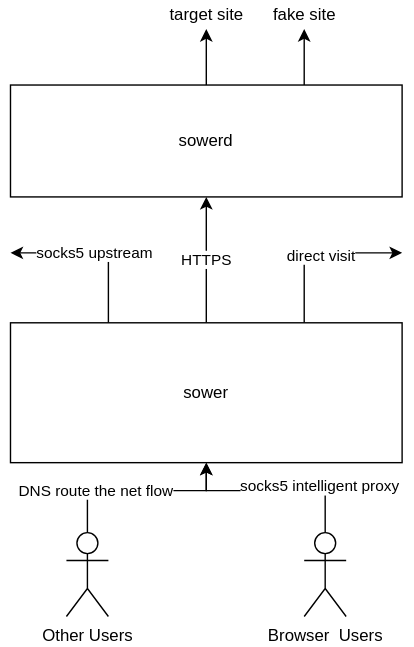
Earlier version of the draw.io export sower.drawio.svg (sower-proxy/sower). Source tidied: cells renumbered, new cells last; positions are measured from the earlier drawing's top-left corner, leaving out a move shared by most shapes. The source it was exported from:
```xml
<mxGraphModel>
  <root>
    <mxCell id="0" />
    <mxCell id="1" parent="0" />
    <mxCell id="2" value="HTTPS" style="edgeStyle=orthogonalEdgeStyle;rounded=0;jettySize=auto;html=1;entryX=0.5;entryY=1;entryDx=0;entryDy=0;" parent="1" edge="1" source="6" target="9">
      <mxGeometry relative="1" as="geometry" />
    </mxCell>
    <mxCell id="3" value="socks5 upstream" style="edgeStyle=orthogonalEdgeStyle;rounded=0;jettySize=auto;html=1;exitX=0.25;exitY=0;exitDx=0;exitDy=0;" parent="1" edge="1" source="6">
      <mxGeometry relative="1" as="geometry">
        <mxPoint y="180" as="targetPoint" />
        <Array as="points">
          <mxPoint x="70" y="180" />
        </Array>
      </mxGeometry>
    </mxCell>
    <mxCell id="4" style="edgeStyle=orthogonalEdgeStyle;rounded=0;jettySize=auto;html=1;exitX=0.75;exitY=0;exitDx=0;exitDy=0;" parent="1" edge="1" source="6">
      <mxGeometry relative="1" as="geometry">
        <mxPoint x="280" y="180" as="targetPoint" />
        <Array as="points">
          <mxPoint x="210" y="180" />
        </Array>
      </mxGeometry>
    </mxCell>
    <mxCell id="5" value="direct visit" style="edgeLabel;html=1;align=center;verticalAlign=middle;" parent="4" vertex="1">
      <mxGeometry x="0.02" y="-1" relative="1" as="geometry" />
    </mxCell>
    <mxCell id="6" value="sower" style="rounded=0;whiteSpace=wrap;html=1;" parent="1" vertex="1">
      <mxGeometry y="230" width="280" height="100" as="geometry" />
    </mxCell>
    <mxCell id="7" style="edgeStyle=orthogonalEdgeStyle;rounded=0;jettySize=auto;html=1;" parent="1" edge="1" source="9">
      <mxGeometry relative="1" as="geometry">
        <mxPoint x="140" y="20" as="targetPoint" />
      </mxGeometry>
    </mxCell>
    <mxCell id="8" style="edgeStyle=orthogonalEdgeStyle;rounded=0;jettySize=auto;html=1;exitX=0.75;exitY=0;exitDx=0;exitDy=0;" parent="1" edge="1" source="9">
      <mxGeometry relative="1" as="geometry">
        <mxPoint x="210" y="20" as="targetPoint" />
      </mxGeometry>
    </mxCell>
    <mxCell id="9" value="sowerd" style="rounded=0;whiteSpace=wrap;html=1;" parent="1" vertex="1">
      <mxGeometry y="60" width="280" height="80" as="geometry" />
    </mxCell>
    <mxCell id="10" style="edgeStyle=orthogonalEdgeStyle;rounded=0;jettySize=auto;html=1;" parent="1" edge="1" source="12" target="6">
      <mxGeometry relative="1" as="geometry">
        <Array as="points">
          <mxPoint x="225" y="350" />
          <mxPoint x="140" y="350" />
        </Array>
      </mxGeometry>
    </mxCell>
    <mxCell id="11" value="socks5&amp;nbsp;intelligent proxy" style="edgeLabel;html=1;align=center;verticalAlign=middle;" parent="10" vertex="1">
      <mxGeometry x="-0.32" y="-4" relative="1" as="geometry">
        <mxPoint x="11" as="offset" />
      </mxGeometry>
    </mxCell>
    <mxCell id="12" value="Browser&amp;nbsp; Users" style="shape=umlActor;verticalLabelPosition=bottom;verticalAlign=top;html=1;outlineConnect=0;" parent="1" vertex="1">
      <mxGeometry x="210" y="380" width="30" height="60" as="geometry" />
    </mxCell>
    <mxCell id="13" style="edgeStyle=orthogonalEdgeStyle;rounded=0;jettySize=auto;html=1;exitX=0.5;exitY=0;exitDx=0;exitDy=0;exitPerimeter=0;" parent="1" edge="1" source="15" target="6">
      <mxGeometry relative="1" as="geometry">
        <Array as="points">
          <mxPoint x="55" y="350" />
          <mxPoint x="140" y="350" />
        </Array>
      </mxGeometry>
    </mxCell>
    <mxCell id="14" value="DNS route the net flow&amp;nbsp;" style="edgeLabel;html=1;align=center;verticalAlign=middle;" parent="13" vertex="1">
      <mxGeometry x="-0.48" y="1" relative="1" as="geometry" />
    </mxCell>
    <mxCell id="15" value="Other Users" style="shape=umlActor;verticalLabelPosition=bottom;verticalAlign=top;html=1;outlineConnect=0;" parent="1" vertex="1">
      <mxGeometry x="40" y="380" width="30" height="60" as="geometry" />
    </mxCell>
    <mxCell id="16" value="fake site" style="text;html=1;align=center;verticalAlign=middle;strokeColor=none;" parent="1" vertex="1">
      <mxGeometry x="180" width="60" height="20" as="geometry" />
    </mxCell>
    <mxCell id="17" value="target site" style="text;html=1;align=center;verticalAlign=middle;strokeColor=none;" parent="1" vertex="1">
      <mxGeometry x="105" width="70" height="20" as="geometry" />
    </mxCell>
  </root>
</mxGraphModel>
```
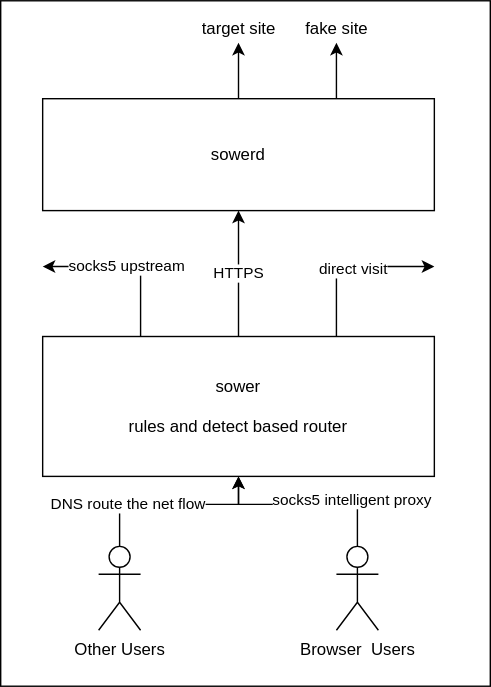
Later version of the same file.

Commit message:
change architecture diagram

Change to the diagram source:
```diff
@@ -2,6 +2,9 @@
   <root>
     <mxCell id="0" />
     <mxCell id="1" parent="0" />
+    <mxCell id="18" style="rounded=0;whiteSpace=wrap;html=1;" parent="1" vertex="1">
+      <mxGeometry x="-30" y="-10" width="350" height="490" as="geometry" />
+    </mxCell>
     <mxCell id="2" value="HTTPS" style="edgeStyle=orthogonalEdgeStyle;rounded=0;jettySize=auto;html=1;entryX=0.5;entryY=1;entryDx=0;entryDy=0;" parent="1" edge="1" source="6" target="9">
       <mxGeometry relative="1" as="geometry" />
     </mxCell>
@@ -24,7 +27,7 @@
     <mxCell id="5" value="direct visit" style="edgeLabel;html=1;align=center;verticalAlign=middle;" parent="4" vertex="1">
       <mxGeometry x="0.02" y="-1" relative="1" as="geometry" />
     </mxCell>
-    <mxCell id="6" value="sower" style="rounded=0;whiteSpace=wrap;html=1;" parent="1" vertex="1">
+    <mxCell id="6" value="sower&lt;br&gt;&lt;br&gt;rules and detect based router" style="rounded=0;whiteSpace=wrap;html=1;" parent="1" vertex="1">
       <mxGeometry y="230" width="280" height="100" as="geometry" />
     </mxCell>
     <mxCell id="7" style="edgeStyle=orthogonalEdgeStyle;rounded=0;jettySize=auto;html=1;" parent="1" edge="1" source="9">
```
